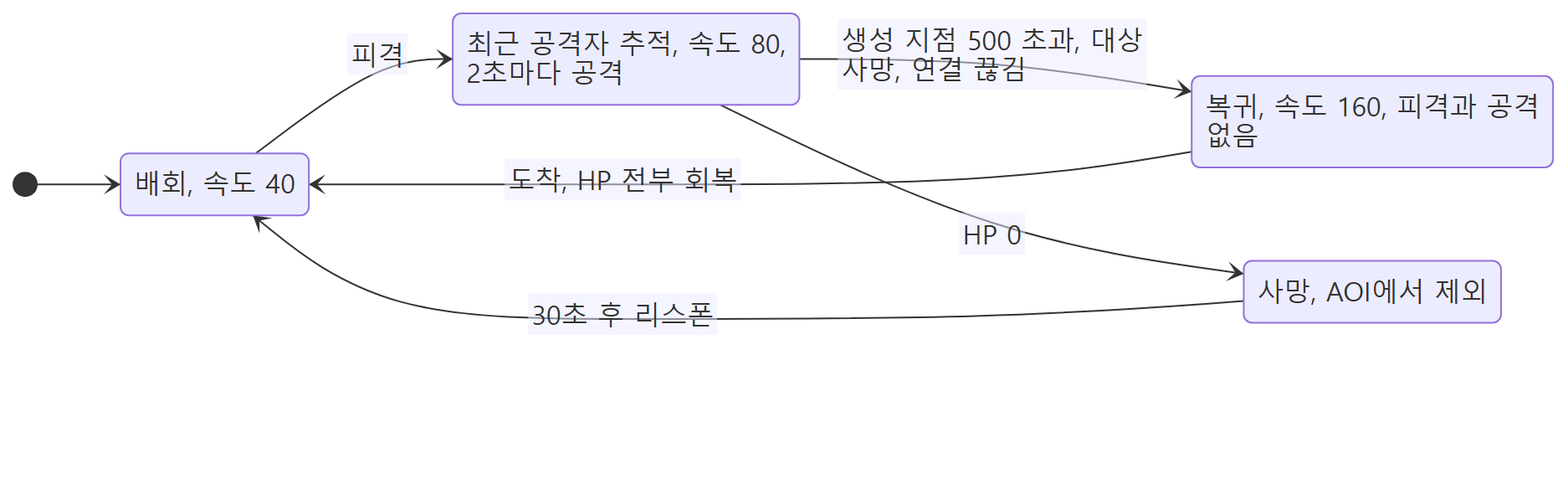
Above: docs/diagrams/images/flow-slime.png in Dongs9/try_mmo_server (Mermaid), before the change. Its source is kept beside it as docs/diagrams/src/flow-slime.mmd.
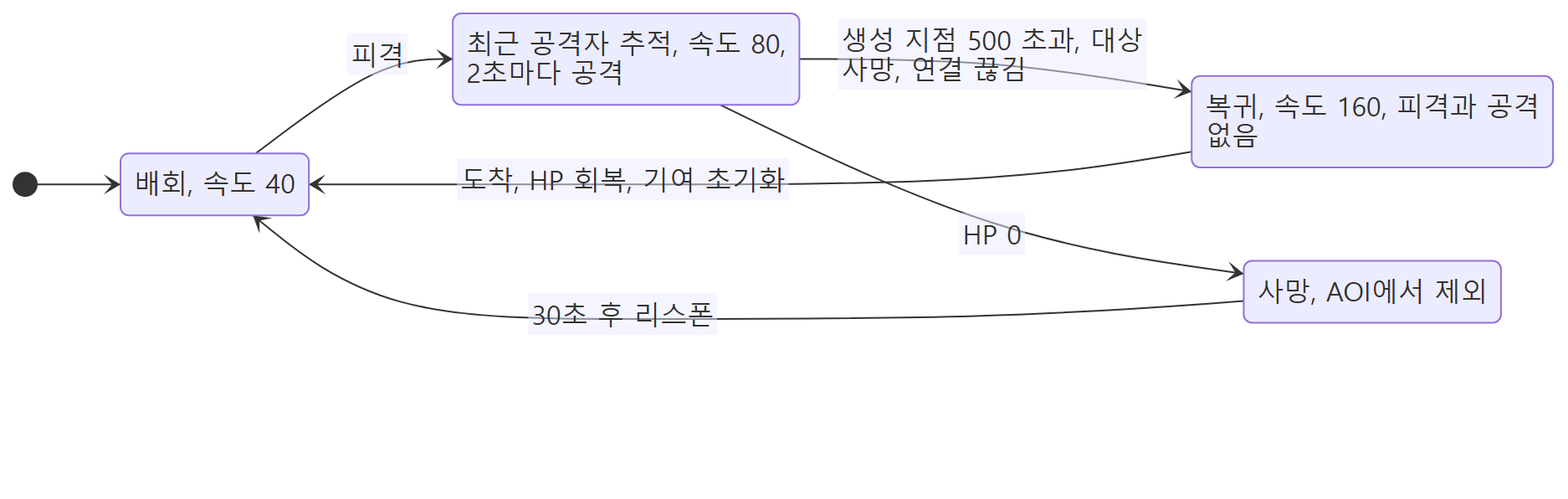
After the commit.

The edit, as a diff of the source:
```diff
@@ -4,7 +4,7 @@
     Wander --> Chase : 피격
     Chase --> Return : 생성 지점 500 초과, 대상 사망, 연결 끊김
     Chase --> Dead : HP 0
-    Return --> Wander : 도착, HP 전부 회복
+    Return --> Wander : 도착, HP 회복, 기여 초기화
     Dead --> Wander : 30초 후 리스폰
 
     Wander : 배회, 속도 40
```
